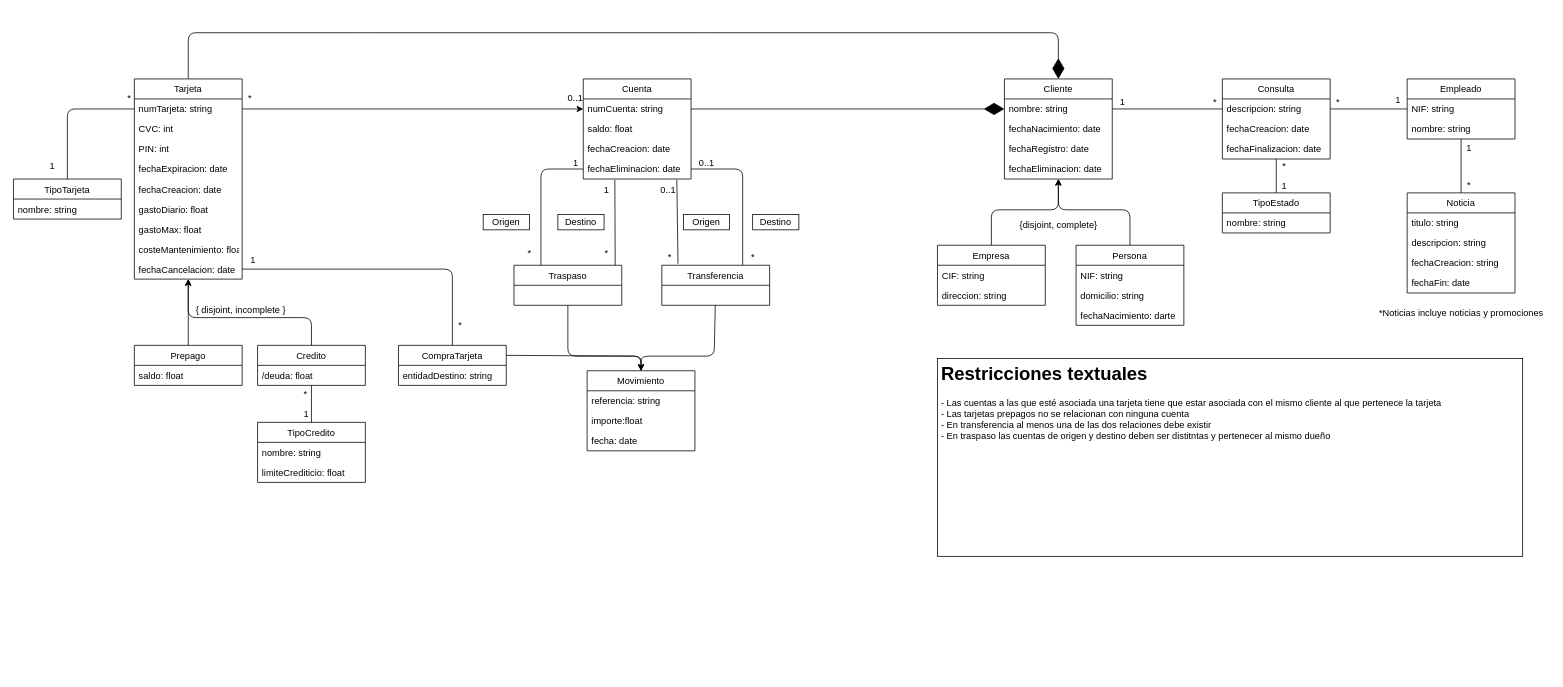
This is Análisis/UML.drawio from Argudo/EBZ, a draw.io file, before an edit. Source tidied: cells renumbered, new cells numbered last; positions are measured from the earlier drawing's top-left corner, leaving out a move shared by most shapes. Both pictures are drawn from the tidied source at 77%, with x=0, y=0 at pixel (13, 32).
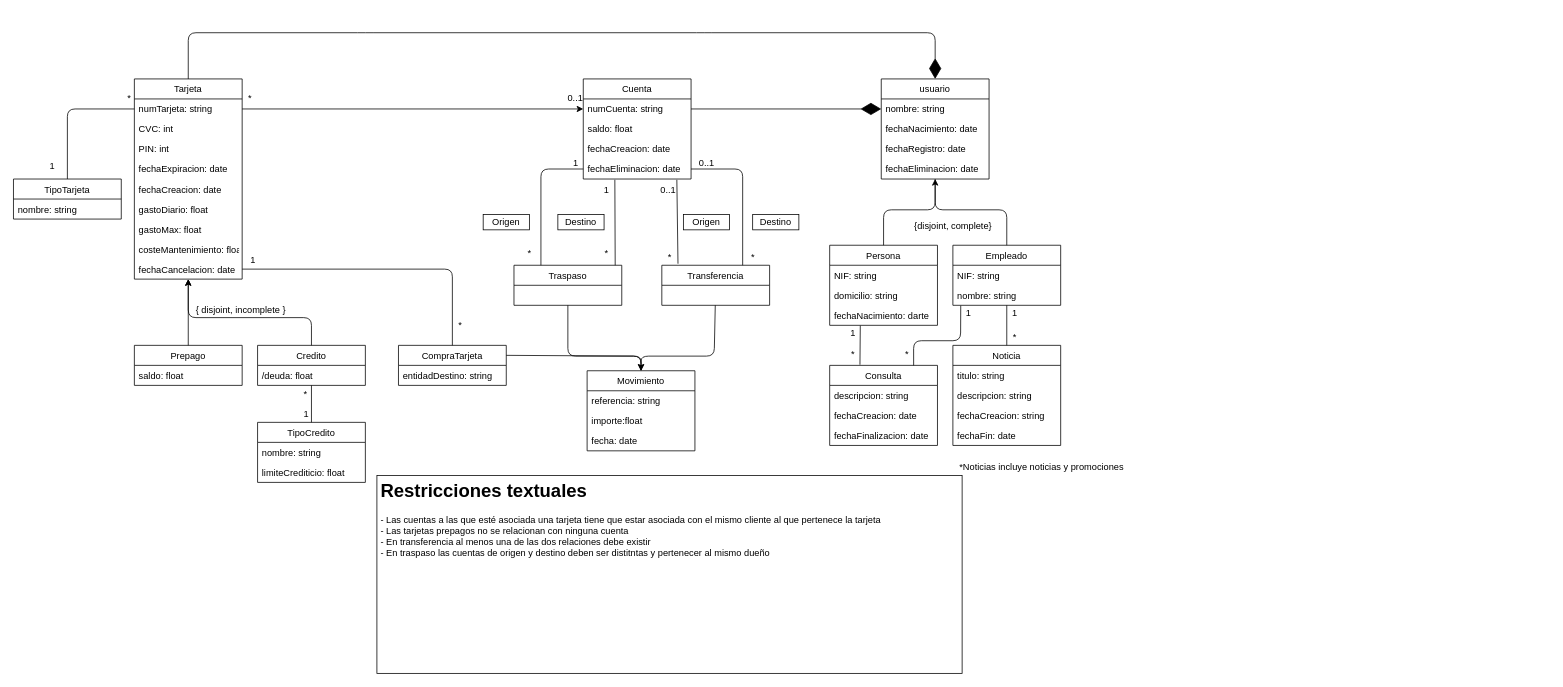
After the change.

Commit message (it also covers changes not shown here):
Actualizar UML

The change refers to these unchanged cells:
```xml
<mxCell id="8" value="nombre: string" style="text;strokeColor=none;fillColor=none;align=left;verticalAlign=top;spacingLeft=4;spacingRight=4;overflow=hidden;points=[[0,0.5],[1,0.5]];portConstraint=eastwest;" parent="7" vertex="1">
  <mxGeometry y="26" width="140" height="26" as="geometry" />
</mxCell>
<mxCell id="12" value="Tarjeta" style="swimlane;fontStyle=0;horizontal=1;startSize=26;fillColor=none;" parent="1" vertex="1">
  <mxGeometry x="157" y="60" width="140" height="260" as="geometry" />
</mxCell>
<mxCell id="50" value="fechaNacimiento: darte" style="text;strokeColor=none;fillColor=none;align=left;verticalAlign=top;spacingLeft=4;spacingRight=4;overflow=hidden;points=[[0,0.5],[1,0.5]];portConstraint=eastwest;" parent="47" vertex="1">
  <mxGeometry y="78" width="140" height="26" as="geometry" />
</mxCell>
<mxCell id="99" value="NIF: string" style="text;strokeColor=none;fillColor=none;align=left;verticalAlign=top;spacingLeft=4;spacingRight=4;overflow=hidden;points=[[0,0.5],[1,0.5]];portConstraint=eastwest;" parent="98" vertex="1">
  <mxGeometry y="26" width="140" height="26" as="geometry" />
</mxCell>
<mxCell id="100" value="nombre: string" style="text;strokeColor=none;fillColor=none;align=left;verticalAlign=top;spacingLeft=4;spacingRight=4;overflow=hidden;points=[[0,0.5],[1,0.5]];portConstraint=eastwest;" parent="98" vertex="1">
  <mxGeometry y="52" width="140" height="26" as="geometry" />
</mxCell>
```

The edit, as a diff of the source:
```diff
@@
-    <mxCell id="7" value="Cliente" style="swimlane;fontStyle=0;horizontal=1;startSize=26;fillColor=none;" parent="1" vertex="1">
-      <mxGeometry x="1287" y="60" width="140" height="130" as="geometry" />
+    <mxCell id="7" value="usuario" style="swimlane;fontStyle=0;horizontal=1;startSize=26;fillColor=none;" parent="1" vertex="1">
+      <mxGeometry x="1127" y="60" width="140" height="130" as="geometry" />
     </mxCell>
@@
     <mxCell id="25" style="endArrow=diamondThin;endFill=1;endSize=24;html=1;exitX=0.5;exitY=0;exitDx=0;exitDy=0;entryX=0.5;entryY=0;entryDx=0;entryDy=0;" parent="1" edge="1" source="12" target="7">
       <mxGeometry relative="1" as="geometry">
         <Array as="points">
           <mxPoint x="227" />
           <mxPoint x="457" />
           <mxPoint x="897" />
-          <mxPoint x="1357" />
+          <mxPoint x="1197" />
         </Array>
       </mxGeometry>
     </mxCell>
@@
     <mxCell id="29" value="&lt;h1&gt;Restricciones textuales&lt;/h1&gt;&lt;div&gt;- Las cuentas a las que esté asociada una tarjeta tiene que estar asociada con el mismo cliente al que pertenece la tarjeta&lt;/div&gt;&lt;div&gt;- Las tarjetas prepagos no se relacionan con ninguna cuenta&lt;/div&gt;&lt;div&gt;- En transferencia al menos una de las dos relaciones debe existir&lt;/div&gt;&lt;div&gt;- En traspaso las cuentas de origen y destino deben ser distitntas y pertenecer al mismo dueño&lt;/div&gt;" style="text;html=1;strokeColor=default;fillColor=none;spacing=5;spacingTop=-20;whiteSpace=wrap;overflow=hidden;rounded=0;" parent="1" vertex="1">
-      <mxGeometry x="1200" y="423" width="760" height="257" as="geometry" />
+      <mxGeometry x="472" y="575" width="760" height="257" as="geometry" />
     </mxCell>
@@
     <mxCell id="46" style="edgeStyle=none;html=1;exitX=0.5;exitY=0;exitDx=0;exitDy=0;endArrow=classic;endFill=1;" parent="1" edge="1" source="47" target="7">
       <mxGeometry relative="1" as="geometry">
         <Array as="points">
-          <mxPoint x="1450" y="230" />
-          <mxPoint x="1357" y="230" />
+          <mxPoint x="1130" y="230" />
+          <mxPoint x="1197" y="230" />
         </Array>
       </mxGeometry>
     </mxCell>
     <mxCell id="47" value="Persona" style="swimlane;fontStyle=0;horizontal=1;startSize=26;fillColor=none;" parent="1" vertex="1">
-      <mxGeometry x="1380" y="276" width="140" height="104" as="geometry" />
+      <mxGeometry x="1060" y="276" width="140" height="104" as="geometry" />
     </mxCell>
@@
-    <mxCell id="51" style="edgeStyle=none;html=1;exitX=0.5;exitY=0;exitDx=0;exitDy=0;endArrow=classic;endFill=1;" parent="1" edge="1" source="52" target="7">
-      <mxGeometry relative="1" as="geometry">
-        <Array as="points">
-          <mxPoint x="1270" y="230" />
-          <mxPoint x="1357" y="230" />
-        </Array>
-      </mxGeometry>
-    </mxCell>
-    <mxCell id="52" value="Empresa" style="swimlane;fontStyle=0;horizontal=1;startSize=26;fillColor=none;" parent="1" vertex="1">
-      <mxGeometry x="1200" y="276" width="140" height="78" as="geometry" />
-    </mxCell>
-    <mxCell id="53" value="CIF: string" style="text;strokeColor=none;fillColor=none;align=left;verticalAlign=top;spacingLeft=4;spacingRight=4;overflow=hidden;" parent="52" vertex="1">
-      <mxGeometry y="26" width="140" height="26" as="geometry" />
-    </mxCell>
-    <mxCell id="54" value="direccion: string" style="text;strokeColor=none;fillColor=none;align=left;verticalAlign=top;spacingLeft=4;spacingRight=4;overflow=hidden;" parent="52" vertex="1">
-      <mxGeometry y="52" width="140" height="26" as="geometry" />
-    </mxCell>
     <mxCell id="55" value="{disjoint, complete}" style="text;html=1;align=center;verticalAlign=middle;strokeColor=none;fillColor=none;" parent="1" vertex="1">
-      <mxGeometry x="1297" y="240" width="120" height="20" as="geometry" />
+      <mxGeometry x="1160" y="242" width="120" height="20" as="geometry" />
     </mxCell>
@@
-    <mxCell id="86" value="Consulta" style="swimlane;fontStyle=0;horizontal=1;startSize=26;fillColor=none;" parent="1" vertex="1">
-      <mxGeometry x="1570" y="60" width="140" height="104" as="geometry" />
-    </mxCell>
-    <mxCell id="87" value="descripcion: string" style="text;strokeColor=none;fillColor=none;align=left;verticalAlign=top;spacingLeft=4;spacingRight=4;overflow=hidden;points=[[0,0.5],[1,0.5]];portConstraint=eastwest;" parent="86" vertex="1">
-      <mxGeometry y="26" width="140" height="26" as="geometry" />
-    </mxCell>
-    <mxCell id="88" value="fechaCreacion: date" style="text;strokeColor=none;fillColor=none;align=left;verticalAlign=top;spacingLeft=4;spacingRight=4;overflow=hidden;" parent="86" vertex="1">
-      <mxGeometry y="52" width="140" height="26" as="geometry" />
-    </mxCell>
-    <mxCell id="89" value="fechaFinalizacion: date" style="text;strokeColor=none;fillColor=none;align=left;verticalAlign=top;spacingLeft=4;spacingRight=4;overflow=hidden;" parent="86" vertex="1">
-      <mxGeometry y="78" width="140" height="26" as="geometry" />
-    </mxCell>
-    <mxCell id="90" style="edgeStyle=none;html=1;exitX=0.5;exitY=0;exitDx=0;exitDy=0;endArrow=none;endFill=0;" parent="1" edge="1" source="91" target="86">
-      <mxGeometry relative="1" as="geometry" />
-    </mxCell>
-    <mxCell id="91" value="TipoEstado" style="swimlane;fontStyle=0;horizontal=1;startSize=26;fillColor=none;" parent="1" vertex="1">
-      <mxGeometry x="1570" y="208" width="140" height="52" as="geometry" />
-    </mxCell>
-    <mxCell id="92" value="nombre: string" style="text;strokeColor=none;fillColor=none;align=left;verticalAlign=top;spacingLeft=4;spacingRight=4;overflow=hidden;" parent="91" vertex="1">
-      <mxGeometry y="26" width="140" height="26" as="geometry" />
-    </mxCell>
-    <mxCell id="93" style="edgeStyle=none;html=1;exitX=1;exitY=0.5;exitDx=0;exitDy=0;entryX=0;entryY=0.5;entryDx=0;entryDy=0;endArrow=none;endFill=0;" parent="1" edge="1" source="8" target="87">
-      <mxGeometry relative="1" as="geometry" />
-    </mxCell>
-    <mxCell id="94" value="1" style="text;html=1;align=center;verticalAlign=middle;strokeColor=none;fillColor=none;" parent="1" vertex="1">
-      <mxGeometry x="1430" y="80" width="20" height="20" as="geometry" />
-    </mxCell>
-    <mxCell id="95" value="*" style="text;html=1;align=center;verticalAlign=middle;strokeColor=none;fillColor=none;" parent="1" vertex="1">
-      <mxGeometry x="1550" y="80" width="20" height="20" as="geometry" />
-    </mxCell>
-    <mxCell id="96" value="*" style="text;html=1;align=center;verticalAlign=middle;strokeColor=none;fillColor=none;" parent="1" vertex="1">
-      <mxGeometry x="1640" y="164" width="20" height="20" as="geometry" />
-    </mxCell>
-    <mxCell id="97" value="1" style="text;html=1;align=center;verticalAlign=middle;strokeColor=none;fillColor=none;" parent="1" vertex="1">
-      <mxGeometry x="1640" y="190" width="20" height="20" as="geometry" />
-    </mxCell>
+    <mxCell id="112" value="*Noticias incluye noticias y promociones" style="text;html=1;align=center;verticalAlign=middle;strokeColor=none;fillColor=none;" parent="1" vertex="1">
+      <mxGeometry x="1220" y="555" width="230" height="20" as="geometry" />
+    </mxCell>
+    <mxCell id="113" style="rounded=1;jettySize=auto;html=1;exitX=0.5;exitY=0;exitDx=0;exitDy=0;endArrow=none;endFill=0;endSize=24;strokeWidth=1;entryX=0.5;entryY=1;entryDx=0;entryDy=0;" parent="1" edge="1" source="98" target="7">
+      <mxGeometry relative="1" as="geometry">
+        <Array as="points">
+          <mxPoint x="1290" y="230" />
+          <mxPoint x="1197" y="230" />
+        </Array>
+      </mxGeometry>
+    </mxCell>
     <mxCell id="98" value="Empleado" style="swimlane;fontStyle=0;horizontal=1;startSize=26;fillColor=none;" parent="1" vertex="1">
-      <mxGeometry x="1810" y="60" width="140" height="78" as="geometry" />
+      <mxGeometry x="1220" y="276" width="140" height="78" as="geometry" />
     </mxCell>
@@
-    <mxCell id="101" style="edgeStyle=none;html=1;exitX=1;exitY=0.5;exitDx=0;exitDy=0;entryX=0;entryY=0.5;entryDx=0;entryDy=0;endArrow=none;endFill=0;" parent="1" edge="1" source="87" target="99">
-      <mxGeometry relative="1" as="geometry" />
-    </mxCell>
-    <mxCell id="102" value="*" style="text;html=1;align=center;verticalAlign=middle;strokeColor=none;fillColor=none;" parent="1" vertex="1">
-      <mxGeometry x="1710" y="80" width="20" height="20" as="geometry" />
-    </mxCell>
-    <mxCell id="103" value="1" style="text;html=1;align=center;verticalAlign=middle;strokeColor=none;fillColor=none;" parent="1" vertex="1">
-      <mxGeometry x="1788" y="78" width="20" height="20" as="geometry" />
-    </mxCell>
-    <mxCell id="104" style="edgeStyle=none;html=1;exitX=0.5;exitY=0;exitDx=0;exitDy=0;endArrow=none;endFill=0;" parent="1" edge="1" source="105" target="98">
+    <mxCell id="104" style="edgeStyle=orthogonalEdgeStyle;rounded=0;jettySize=auto;html=1;exitX=0.5;exitY=0;exitDx=0;exitDy=0;endArrow=none;endFill=0;endSize=24;strokeWidth=1;" parent="1" edge="1" source="105" target="98">
       <mxGeometry relative="1" as="geometry" />
     </mxCell>
     <mxCell id="105" value="Noticia" style="swimlane;fontStyle=0;horizontal=1;startSize=26;fillColor=none;" parent="1" vertex="1">
-      <mxGeometry x="1810" y="208" width="140" height="130" as="geometry" />
+      <mxGeometry x="1220" y="406" width="140" height="130" as="geometry" />
     </mxCell>
@@
-    <mxCell id="110" value="1" style="text;html=1;align=center;verticalAlign=middle;strokeColor=none;fillColor=none;" parent="1" vertex="1">
-      <mxGeometry x="1880" y="140" width="20" height="20" as="geometry" />
-    </mxCell>
-    <mxCell id="111" value="*" style="text;html=1;align=center;verticalAlign=middle;strokeColor=none;fillColor=none;" parent="1" vertex="1">
-      <mxGeometry x="1880" y="188" width="20" height="20" as="geometry" />
-    </mxCell>
-    <mxCell id="112" value="*Noticias incluye noticias y promociones" style="text;html=1;align=center;verticalAlign=middle;strokeColor=none;fillColor=none;" parent="1" vertex="1">
-      <mxGeometry x="1765" y="354" width="230" height="20" as="geometry" />
-    </mxCell>
+    <mxCell id="114" value="1" style="text;html=1;align=center;verticalAlign=middle;strokeColor=none;fillColor=none;" parent="1" vertex="1">
+      <mxGeometry x="1290" y="354" width="20" height="20" as="geometry" />
+    </mxCell>
+    <mxCell id="115" value="*" style="text;html=1;align=center;verticalAlign=middle;strokeColor=none;fillColor=none;" parent="1" vertex="1">
+      <mxGeometry x="1290" y="386" width="20" height="20" as="geometry" />
+    </mxCell>
+    <mxCell id="116" style="edgeStyle=none;rounded=1;jettySize=auto;html=1;exitX=0.779;exitY=0.001;exitDx=0;exitDy=0;endArrow=none;endFill=0;endSize=24;strokeWidth=1;exitPerimeter=0;entryX=0.073;entryY=1.016;entryDx=0;entryDy=0;entryPerimeter=0;" parent="1" edge="1" source="86" target="100">
+      <mxGeometry relative="1" as="geometry">
+        <Array as="points">
+          <mxPoint x="1169" y="400" />
+          <mxPoint x="1230" y="400" />
+        </Array>
+      </mxGeometry>
+    </mxCell>
+    <mxCell id="117" style="edgeStyle=none;rounded=1;jettySize=auto;html=1;exitX=0.281;exitY=-0.008;exitDx=0;exitDy=0;endArrow=none;endFill=0;endSize=24;strokeWidth=1;exitPerimeter=0;entryX=0.284;entryY=1.015;entryDx=0;entryDy=0;entryPerimeter=0;" parent="1" edge="1" source="86" target="50">
+      <mxGeometry relative="1" as="geometry" />
+    </mxCell>
+    <mxCell id="86" value="Consulta" style="swimlane;fontStyle=0;horizontal=1;startSize=26;fillColor=none;" parent="1" vertex="1">
+      <mxGeometry x="1060" y="432" width="140" height="104" as="geometry" />
+    </mxCell>
+    <mxCell id="87" value="descripcion: string" style="text;strokeColor=none;fillColor=none;align=left;verticalAlign=top;spacingLeft=4;spacingRight=4;overflow=hidden;points=[[0,0.5],[1,0.5]];portConstraint=eastwest;" parent="86" vertex="1">
+      <mxGeometry y="26" width="140" height="26" as="geometry" />
+    </mxCell>
+    <mxCell id="88" value="fechaCreacion: date" style="text;strokeColor=none;fillColor=none;align=left;verticalAlign=top;spacingLeft=4;spacingRight=4;overflow=hidden;" parent="86" vertex="1">
+      <mxGeometry y="52" width="140" height="26" as="geometry" />
+    </mxCell>
+    <mxCell id="89" value="fechaFinalizacion: date" style="text;strokeColor=none;fillColor=none;align=left;verticalAlign=top;spacingLeft=4;spacingRight=4;overflow=hidden;" parent="86" vertex="1">
+      <mxGeometry y="78" width="140" height="26" as="geometry" />
+    </mxCell>
+    <mxCell id="118" value="1" style="text;html=1;align=center;verticalAlign=middle;" parent="1" vertex="1">
+      <mxGeometry x="1080" y="380" width="20" height="20" as="geometry" />
+    </mxCell>
+    <mxCell id="119" value="1" style="text;html=1;align=center;verticalAlign=middle;" parent="1" vertex="1">
+      <mxGeometry x="1230" y="354" width="20" height="20" as="geometry" />
+    </mxCell>
+    <mxCell id="120" value="*" style="text;html=1;align=center;verticalAlign=middle;" parent="1" vertex="1">
+      <mxGeometry x="1080" y="408" width="20" height="20" as="geometry" />
+    </mxCell>
+    <mxCell id="121" value="*" style="text;html=1;align=center;verticalAlign=middle;" parent="1" vertex="1">
+      <mxGeometry x="1150" y="408" width="20" height="20" as="geometry" />
+    </mxCell>
```
